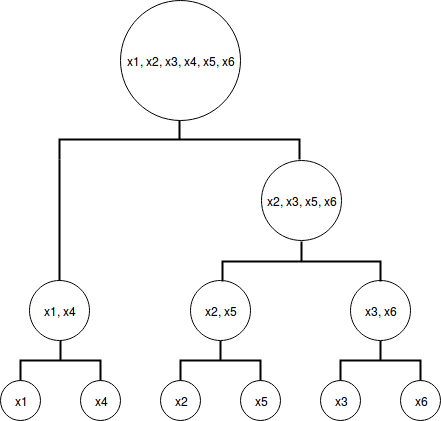
Earlier version of the draw.io export Assignment-2/images/2b.png (vishwakftw/CS6510-AML). Source tidied: cells renumbered, new cells last; positions are measured from the earlier drawing's top-left corner, leaving out a move shared by most shapes. Its diagram source:
```xml
<mxGraphModel background="#ffffff">
  <root>
    <mxCell id="0" />
    <mxCell id="1" parent="0" />
    <mxCell id="2" value="x1" style="ellipse;whiteSpace=wrap;html=1;" parent="1" vertex="1">
      <mxGeometry y="380" width="40" height="40" as="geometry" />
    </mxCell>
    <mxCell id="3" value="x4" style="ellipse;whiteSpace=wrap;html=1;" parent="1" vertex="1">
      <mxGeometry x="80" y="380" width="40" height="40" as="geometry" />
    </mxCell>
    <mxCell id="4" value="x2" style="ellipse;whiteSpace=wrap;html=1;" parent="1" vertex="1">
      <mxGeometry x="160" y="380" width="40" height="40" as="geometry" />
    </mxCell>
    <mxCell id="5" value="x5" style="ellipse;whiteSpace=wrap;html=1;" parent="1" vertex="1">
      <mxGeometry x="240" y="380" width="40" height="40" as="geometry" />
    </mxCell>
    <mxCell id="6" value="x3" style="ellipse;whiteSpace=wrap;html=1;" parent="1" vertex="1">
      <mxGeometry x="320" y="380" width="40" height="40" as="geometry" />
    </mxCell>
    <mxCell id="7" value="x6" style="ellipse;whiteSpace=wrap;html=1;" parent="1" vertex="1">
      <mxGeometry x="400" y="380" width="40" height="40" as="geometry" />
    </mxCell>
    <mxCell id="8" style="strokeWidth=2;html=1;shape=mxgraph.flowchart.annotation_2;align=left;rotation=90;" parent="1" vertex="1">
      <mxGeometry x="40" y="320" width="40" height="80" as="geometry" />
    </mxCell>
    <mxCell id="9" style="strokeWidth=2;html=1;shape=mxgraph.flowchart.annotation_2;align=left;rotation=90;" parent="1" vertex="1">
      <mxGeometry x="200" y="320" width="40" height="80" as="geometry" />
    </mxCell>
    <mxCell id="10" value="x1, x4" style="ellipse;whiteSpace=wrap;html=1;" parent="1" vertex="1">
      <mxGeometry x="29" y="280" width="60" height="60" as="geometry" />
    </mxCell>
    <mxCell id="11" value="x2, x5" style="ellipse;whiteSpace=wrap;html=1;" parent="1" vertex="1">
      <mxGeometry x="190" y="280" width="60" height="60" as="geometry" />
    </mxCell>
    <mxCell id="12" style="edgeStyle=orthogonalEdgeStyle;rounded=0;html=1;exitX=1;exitY=1;exitPerimeter=0;entryX=0.5;entryY=0;endArrow=none;endFill=0;jettySize=auto;strokeWidth=2;" parent="1" edge="1" source="13" target="10">
      <mxGeometry relative="1" as="geometry" />
    </mxCell>
    <mxCell id="13" style="strokeWidth=2;html=1;shape=mxgraph.flowchart.annotation_2;align=left;rotation=90;" parent="1" vertex="1">
      <mxGeometry x="159" y="19" width="40" height="240" as="geometry" />
    </mxCell>
    <mxCell id="14" value="x1, x2, x3, x4, x5, x6" style="ellipse;whiteSpace=wrap;html=1;" parent="1" vertex="1">
      <mxGeometry x="120" width="120" height="120" as="geometry" />
    </mxCell>
    <mxCell id="15" style="strokeWidth=2;html=1;shape=mxgraph.flowchart.annotation_2;align=left;rotation=90;" parent="1" vertex="1">
      <mxGeometry x="360" y="320" width="40" height="80" as="geometry" />
    </mxCell>
    <mxCell id="16" value="x3, x6" style="ellipse;whiteSpace=wrap;html=1;" parent="1" vertex="1">
      <mxGeometry x="350" y="280" width="60" height="60" as="geometry" />
    </mxCell>
    <mxCell id="17" style="strokeWidth=2;html=1;shape=mxgraph.flowchart.annotation_2;align=left;rotation=90;" parent="1" vertex="1">
      <mxGeometry x="281" y="182" width="40" height="158" as="geometry" />
    </mxCell>
    <mxCell id="18" value="x2, x3, x5, x6" style="ellipse;whiteSpace=wrap;html=1;" parent="1" vertex="1">
      <mxGeometry x="261" y="160" width="80" height="80" as="geometry" />
    </mxCell>
  </root>
</mxGraphModel>
```
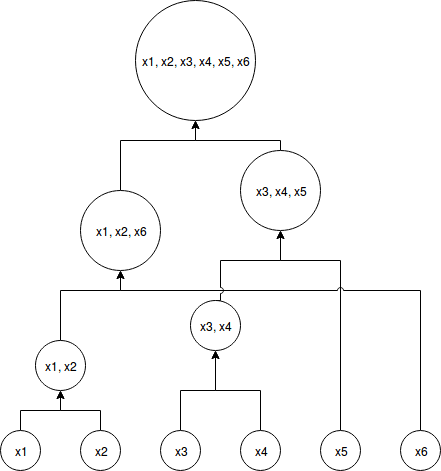
After the commit.

The edit, as a diff of the source:
```diff
@@ -2,56 +2,104 @@
   <root>
     <mxCell id="0" />
     <mxCell id="1" parent="0" />
+    <mxCell id="19" style="edgeStyle=orthogonalEdgeStyle;rounded=0;html=1;exitX=0.5;exitY=0;entryX=0.5;entryY=1;jettySize=auto;" parent="1" edge="1" source="2" target="8">
+      <mxGeometry relative="1" as="geometry" />
+    </mxCell>
     <mxCell id="2" value="x1" style="ellipse;whiteSpace=wrap;html=1;" parent="1" vertex="1">
       <mxGeometry y="380" width="40" height="40" as="geometry" />
     </mxCell>
+    <mxCell id="20" style="edgeStyle=orthogonalEdgeStyle;rounded=0;html=1;exitX=0.5;exitY=0;entryX=0.5;entryY=1;jettySize=auto;" parent="1" edge="1" source="3" target="8">
+      <mxGeometry relative="1" as="geometry" />
+    </mxCell>
-    <mxCell id="3" value="x4" style="ellipse;whiteSpace=wrap;html=1;" parent="1" vertex="1">
+    <mxCell id="3" value="x2" style="ellipse;whiteSpace=wrap;html=1;" parent="1" vertex="1">
       <mxGeometry x="80" y="380" width="40" height="40" as="geometry" />
     </mxCell>
+    <mxCell id="21" style="edgeStyle=orthogonalEdgeStyle;rounded=0;html=1;exitX=0.5;exitY=0;entryX=0.5;entryY=1;jettySize=auto;" parent="1" edge="1" source="4" target="9">
+      <mxGeometry relative="1" as="geometry" />
+    </mxCell>
-    <mxCell id="4" value="x2" style="ellipse;whiteSpace=wrap;html=1;" parent="1" vertex="1">
+    <mxCell id="4" value="x3" style="ellipse;whiteSpace=wrap;html=1;" parent="1" vertex="1">
       <mxGeometry x="160" y="380" width="40" height="40" as="geometry" />
     </mxCell>
+    <mxCell id="13" style="edgeStyle=orthogonalEdgeStyle;rounded=0;html=1;exitX=0.5;exitY=0;jettySize=auto;entryX=0.5;entryY=1;" parent="1" edge="1" source="5" target="9">
+      <mxGeometry relative="1" as="geometry">
+        <Array as="points">
+          <mxPoint x="260" y="340" />
+          <mxPoint x="215" y="340" />
+        </Array>
+      </mxGeometry>
+    </mxCell>
-    <mxCell id="5" value="x5" style="ellipse;whiteSpace=wrap;html=1;" parent="1" vertex="1">
+    <mxCell id="5" value="x4" style="ellipse;whiteSpace=wrap;html=1;" parent="1" vertex="1">
       <mxGeometry x="240" y="380" width="40" height="40" as="geometry" />
     </mxCell>
+    <mxCell id="22" style="edgeStyle=orthogonalEdgeStyle;rounded=0;jumpStyle=arc;html=1;exitX=0.5;exitY=0;entryX=0.5;entryY=1;jettySize=auto;" parent="1" edge="1" source="6" target="17">
+      <mxGeometry relative="1" as="geometry">
+        <Array as="points">
+          <mxPoint x="340" y="210" />
+          <mxPoint x="280" y="210" />
+        </Array>
+      </mxGeometry>
+    </mxCell>
-    <mxCell id="6" value="x3" style="ellipse;whiteSpace=wrap;html=1;" parent="1" vertex="1">
+    <mxCell id="6" value="x5" style="ellipse;whiteSpace=wrap;html=1;" parent="1" vertex="1">
       <mxGeometry x="320" y="380" width="40" height="40" as="geometry" />
     </mxCell>
+    <mxCell id="23" style="edgeStyle=orthogonalEdgeStyle;rounded=0;html=1;exitX=0.5;exitY=0;jettySize=auto;jumpStyle=arc;entryX=0.5;entryY=1;" parent="1" edge="1" source="7" target="10">
+      <mxGeometry relative="1" as="geometry">
+        <Array as="points">
+          <mxPoint x="420" y="240" />
+          <mxPoint x="120" y="240" />
+        </Array>
+      </mxGeometry>
+    </mxCell>
     <mxCell id="7" value="x6" style="ellipse;whiteSpace=wrap;html=1;" parent="1" vertex="1">
       <mxGeometry x="400" y="380" width="40" height="40" as="geometry" />
     </mxCell>
+    <mxCell id="24" style="edgeStyle=orthogonalEdgeStyle;rounded=0;html=1;exitX=0.5;exitY=0;entryX=0.5;entryY=1;jettySize=auto;" parent="1" edge="1" source="8" target="10">
+      <mxGeometry relative="1" as="geometry">
+        <Array as="points">
+          <mxPoint x="60" y="240" />
+          <mxPoint x="120" y="240" />
+        </Array>
+      </mxGeometry>
+    </mxCell>
-    <mxCell id="8" style="strokeWidth=2;html=1;shape=mxgraph.flowchart.annotation_2;align=left;rotation=90;" parent="1" vertex="1">
-      <mxGeometry x="40" y="320" width="40" height="80" as="geometry" />
+    <mxCell id="8" value="x1, x2" style="ellipse;whiteSpace=wrap;html=1;" parent="1" vertex="1">
+      <mxGeometry x="35" y="290" width="50" height="50" as="geometry" />
     </mxCell>
+    <mxCell id="18" style="edgeStyle=orthogonalEdgeStyle;rounded=0;jumpStyle=arc;html=1;exitX=0.5;exitY=0;entryX=0.5;entryY=1;jettySize=auto;" parent="1" edge="1" source="9" target="17">
+      <mxGeometry relative="1" as="geometry">
+        <Array as="points">
+          <mxPoint x="220" y="250" />
+          <mxPoint x="220" y="210" />
+          <mxPoint x="280" y="210" />
+        </Array>
+      </mxGeometry>
+    </mxCell>
+    <mxCell id="12" style="edgeStyle=orthogonalEdgeStyle;rounded=0;jumpStyle=arc;html=1;exitX=0.5;exitY=0;entryX=0.5;entryY=1;jettySize=auto;" parent="1" edge="1" source="10" target="14">
+      <mxGeometry relative="1" as="geometry">
+        <Array as="points">
+          <mxPoint x="120" y="90" />
+          <mxPoint x="195" y="90" />
+        </Array>
+      </mxGeometry>
+    </mxCell>
+    <mxCell id="10" value="x1, x2, x6" style="ellipse;whiteSpace=wrap;html=1;" parent="1" vertex="1">
+      <mxGeometry x="80" y="140" width="80" height="80" as="geometry" />
+    </mxCell>
+    <mxCell id="14" value="x1, x2, x3, x4, x5, x6" style="ellipse;whiteSpace=wrap;html=1;" parent="1" vertex="1">
+      <mxGeometry x="135" y="-50" width="120" height="120" as="geometry" />
+    </mxCell>
+    <mxCell id="25" style="edgeStyle=orthogonalEdgeStyle;rounded=0;jumpStyle=arc;html=1;exitX=0.5;exitY=0;entryX=0.5;entryY=1;jettySize=auto;" parent="1" edge="1" source="17" target="14">
+      <mxGeometry relative="1" as="geometry">
+        <Array as="points">
+          <mxPoint x="280" y="90" />
+          <mxPoint x="195" y="90" />
+        </Array>
+      </mxGeometry>
+    </mxCell>
+    <mxCell id="17" value="x3, x4, x5" style="ellipse;whiteSpace=wrap;html=1;" parent="1" vertex="1">
+      <mxGeometry x="240" y="100" width="80" height="80" as="geometry" />
+    </mxCell>
-    <mxCell id="9" style="strokeWidth=2;html=1;shape=mxgraph.flowchart.annotation_2;align=left;rotation=90;" parent="1" vertex="1">
-      <mxGeometry x="200" y="320" width="40" height="80" as="geometry" />
+    <mxCell id="9" value="x3, x4" style="ellipse;whiteSpace=wrap;html=1;" parent="1" vertex="1">
+      <mxGeometry x="190" y="250" width="50" height="50" as="geometry" />
     </mxCell>
-    <mxCell id="10" value="x1, x4" style="ellipse;whiteSpace=wrap;html=1;" parent="1" vertex="1">
-      <mxGeometry x="29" y="280" width="60" height="60" as="geometry" />
-    </mxCell>
-    <mxCell id="11" value="x2, x5" style="ellipse;whiteSpace=wrap;html=1;" parent="1" vertex="1">
-      <mxGeometry x="190" y="280" width="60" height="60" as="geometry" />
-    </mxCell>
-    <mxCell id="12" style="edgeStyle=orthogonalEdgeStyle;rounded=0;html=1;exitX=1;exitY=1;exitPerimeter=0;entryX=0.5;entryY=0;endArrow=none;endFill=0;jettySize=auto;strokeWidth=2;" parent="1" edge="1" source="13" target="10">
-      <mxGeometry relative="1" as="geometry" />
-    </mxCell>
-    <mxCell id="13" style="strokeWidth=2;html=1;shape=mxgraph.flowchart.annotation_2;align=left;rotation=90;" parent="1" vertex="1">
-      <mxGeometry x="159" y="19" width="40" height="240" as="geometry" />
-    </mxCell>
-    <mxCell id="14" value="x1, x2, x3, x4, x5, x6" style="ellipse;whiteSpace=wrap;html=1;" parent="1" vertex="1">
-      <mxGeometry x="120" width="120" height="120" as="geometry" />
-    </mxCell>
-    <mxCell id="15" style="strokeWidth=2;html=1;shape=mxgraph.flowchart.annotation_2;align=left;rotation=90;" parent="1" vertex="1">
-      <mxGeometry x="360" y="320" width="40" height="80" as="geometry" />
-    </mxCell>
-    <mxCell id="16" value="x3, x6" style="ellipse;whiteSpace=wrap;html=1;" parent="1" vertex="1">
-      <mxGeometry x="350" y="280" width="60" height="60" as="geometry" />
-    </mxCell>
-    <mxCell id="17" style="strokeWidth=2;html=1;shape=mxgraph.flowchart.annotation_2;align=left;rotation=90;" parent="1" vertex="1">
-      <mxGeometry x="281" y="182" width="40" height="158" as="geometry" />
-    </mxCell>
-    <mxCell id="18" value="x2, x3, x5, x6" style="ellipse;whiteSpace=wrap;html=1;" parent="1" vertex="1">
-      <mxGeometry x="261" y="160" width="80" height="80" as="geometry" />
-    </mxCell>
   </root>
 </mxGraphModel>
```
